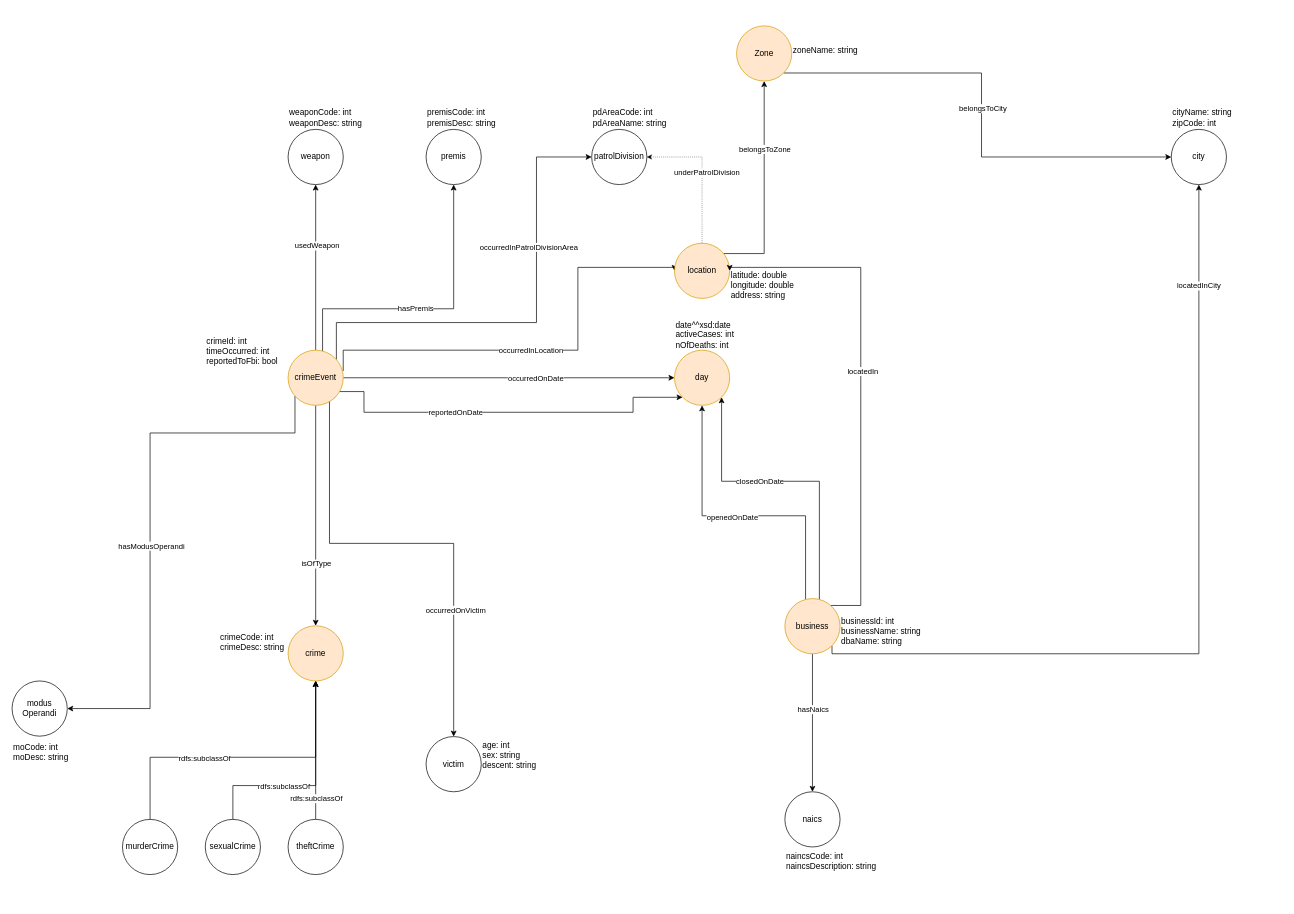
This is requirements analysis/Bitsei_ontology.drawio from mircocazzaro/bitsei-db2-unipd, a draw.io file, before an edit. Source tidied: cells renumbered, new cells numbered last; positions are measured from the earlier drawing's top-left corner, leaving out a move shared by most shapes. Both pictures are drawn from the tidied source at 69%, with x=0, y=0 at pixel (12, 12).
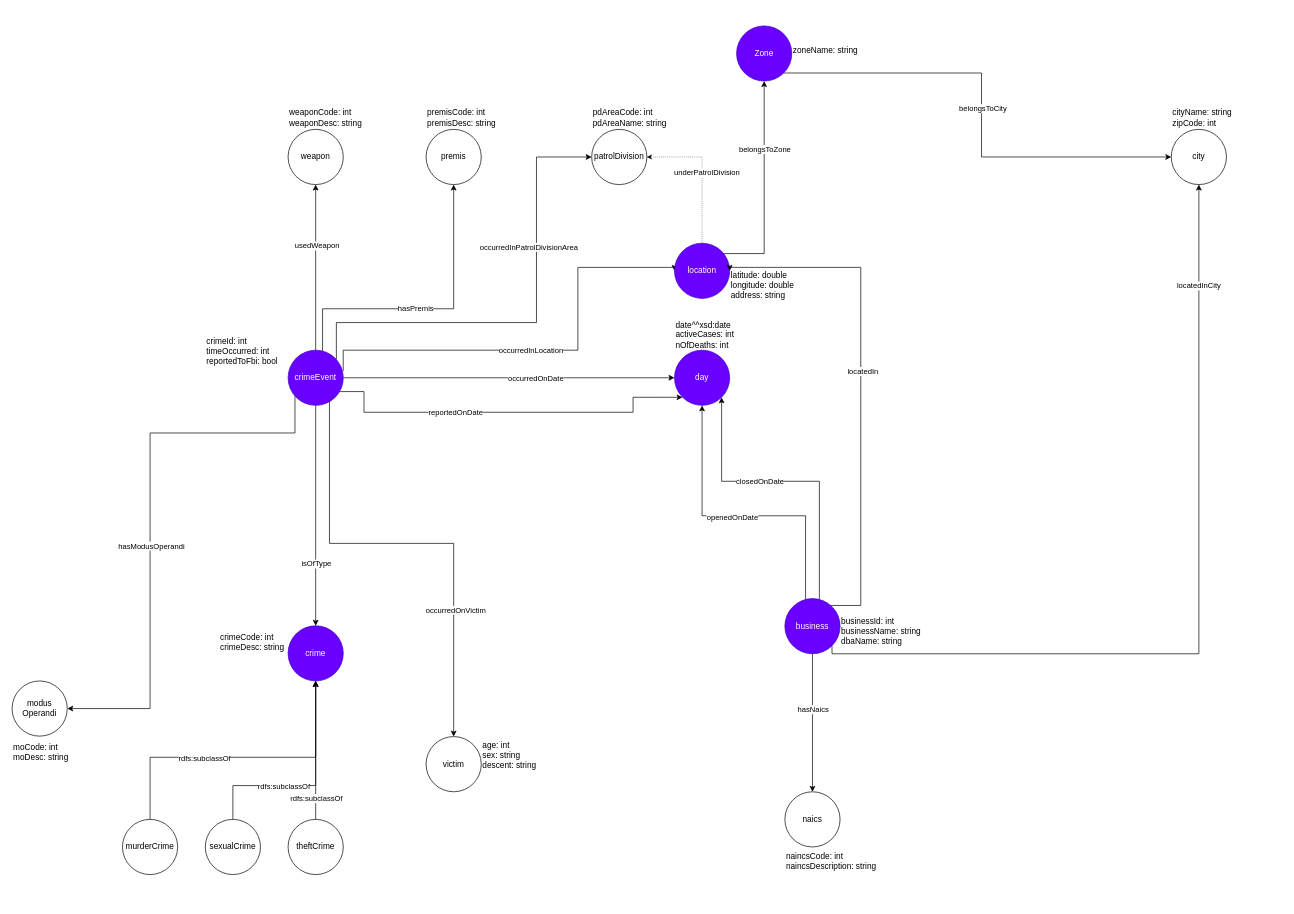
The same page after the edit.

Commit message:
fixed diagram layout

What changed in the source:
```diff
@@
-    <mxCell id="20" value="crimeEvent" style="ellipse;whiteSpace=wrap;html=1;fillColor=#ffe6cc;strokeColor=#d79b00;" parent="1" vertex="1">
+    <mxCell id="20" value="crimeEvent" style="ellipse;whiteSpace=wrap;html=1;fillColor=#6a00ff;strokeColor=#3700CC;fontColor=#ffffff;" parent="1" vertex="1">
       <mxGeometry x="400" y="490" width="80" height="80" as="geometry" />
     </mxCell>
-    <mxCell id="21" value="crime" style="ellipse;whiteSpace=wrap;html=1;fillColor=#ffe6cc;strokeColor=#d79b00;" parent="1" vertex="1">
+    <mxCell id="21" value="crime" style="ellipse;whiteSpace=wrap;html=1;fillColor=#6a00ff;strokeColor=#3700CC;fontColor=#ffffff;" parent="1" vertex="1">
       <mxGeometry x="400" y="889.4" width="80" height="80" as="geometry" />
     </mxCell>
@@
-    <mxCell id="27" value="location" style="ellipse;whiteSpace=wrap;html=1;fillColor=#ffe6cc;strokeColor=#d79b00;" parent="1" vertex="1">
+    <mxCell id="27" value="location" style="ellipse;whiteSpace=wrap;html=1;fillColor=#6a00ff;strokeColor=#3700CC;fontColor=#ffffff;" parent="1" vertex="1">
       <mxGeometry x="960" y="335" width="80" height="80" as="geometry" />
     </mxCell>
@@
-    <mxCell id="31" value="day" style="ellipse;whiteSpace=wrap;html=1;fillColor=#ffe6cc;strokeColor=#d79b00;" parent="1" vertex="1">
+    <mxCell id="31" value="day" style="ellipse;whiteSpace=wrap;html=1;fillColor=#6a00ff;strokeColor=#3700CC;fontColor=#ffffff;" parent="1" vertex="1">
       <mxGeometry x="960" y="490" width="80" height="80" as="geometry" />
     </mxCell>
@@
-    <mxCell id="43" value="business" style="ellipse;whiteSpace=wrap;html=1;fillColor=#ffe6cc;strokeColor=#d79b00;" parent="1" vertex="1">
+    <mxCell id="43" value="business" style="ellipse;whiteSpace=wrap;html=1;fillColor=#6a00ff;strokeColor=#3700CC;fontColor=#ffffff;" parent="1" vertex="1">
       <mxGeometry x="1120" y="850" width="80" height="80" as="geometry" />
     </mxCell>
@@
-    <mxCell id="69" value="Zone" style="ellipse;whiteSpace=wrap;html=1;fillColor=#ffe6cc;strokeColor=#d79b00;" parent="1" vertex="1">
+    <mxCell id="69" value="Zone" style="ellipse;whiteSpace=wrap;html=1;fillColor=#6a00ff;strokeColor=#3700CC;fontColor=#ffffff;" parent="1" vertex="1">
       <mxGeometry x="1050" y="20" width="80" height="80" as="geometry" />
     </mxCell>
```
